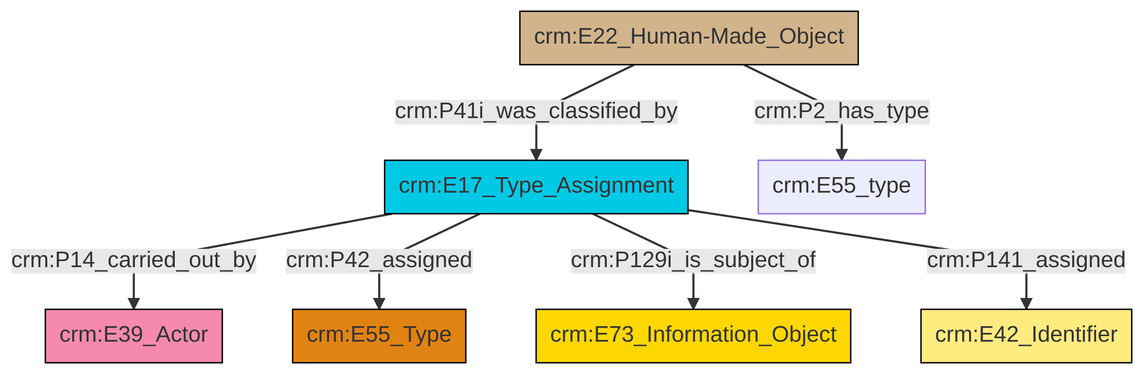
swiss-art-research-net/reference-data-models keeps this Mermaid diagram as et/builtWorkCSV/ttl/mmd/png/Built_Work_designation_status.png. Above is the earlier version. Its source is kept beside it as et/builtWorkCSV/ttl/mmd/Built_Work_designation_status.ttl.mmd.
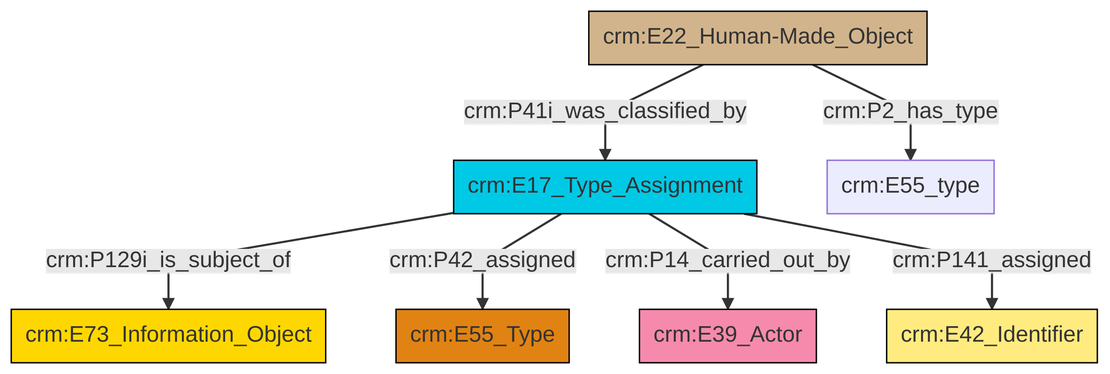
Above is the later version.

The edit, as a diff of the source:
```diff
@@ -13,9 +13,9 @@
 classDef PC_Classes fill:#4ce600, stroke:#000000;
 classDef Multi fill:#cccccc,stroke:#000000;
 
-2["crm:E17_Type_Assignment"]:::Temporal_Entity -->|crm:P14_carried_out_by| 3["crm:E39_Actor"]:::Actor
-2["crm:E17_Type_Assignment"]:::Temporal_Entity -->|crm:P42_assigned| 6["crm:E55_Type"]:::Type
-2["crm:E17_Type_Assignment"]:::Temporal_Entity -->|crm:P129i_is_subject_of| 4["crm:E73_Information_Object"]:::Conceptual_Object
-0["crm:E22_Human-Made_Object"]:::Physical_Thing -->|crm:P41i_was_classified_by| 2["crm:E17_Type_Assignment"]:::Temporal_Entity
-0["crm:E22_Human-Made_Object"]:::Physical_Thing -->|crm:P2_has_type| 11["crm:E55_type"]:::Default
-2["crm:E17_Type_Assignment"]:::Temporal_Entity -->|crm:P141_assigned| 8["crm:E42_Identifier"]:::Appellation
+0["crm:E17_Type_Assignment"]:::Temporal_Entity -->|crm:P129i_is_subject_of| 1["crm:E73_Information_Object"]:::Conceptual_Object
+0["crm:E17_Type_Assignment"]:::Temporal_Entity -->|crm:P42_assigned| 2["crm:E55_Type"]:::Type
+8["crm:E22_Human-Made_Object"]:::Physical_Thing -->|crm:P2_has_type| 9["crm:E55_type"]:::Default
+8["crm:E22_Human-Made_Object"]:::Physical_Thing -->|crm:P41i_was_classified_by| 0["crm:E17_Type_Assignment"]:::Temporal_Entity
+0["crm:E17_Type_Assignment"]:::Temporal_Entity -->|crm:P14_carried_out_by| 3["crm:E39_Actor"]:::Actor
+0["crm:E17_Type_Assignment"]:::Temporal_Entity -->|crm:P141_assigned| 5["crm:E42_Identifier"]:::Appellation
```
